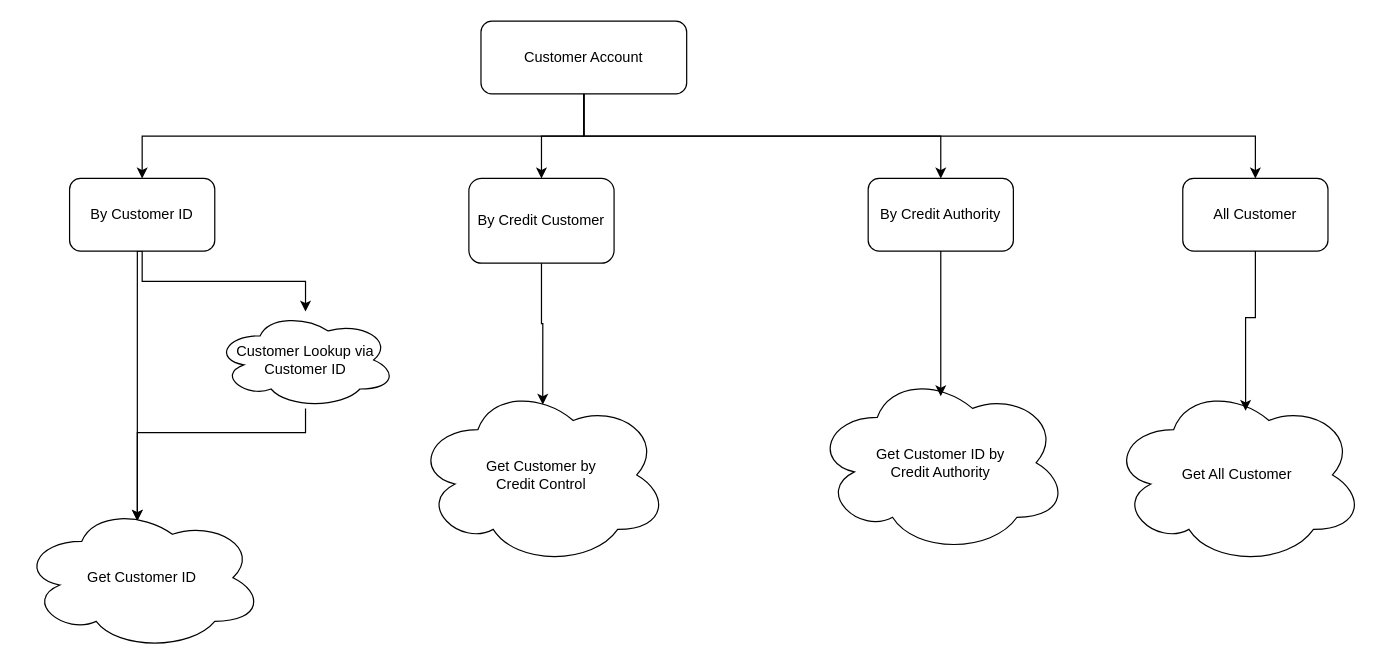
Earlier version of the draw.io diagram Customer Account Maintenance.drawio (eme-invera/Customer_Maintenance). Source tidied: cells renumbered, new cells numbered last; positions are measured from the earlier drawing's top-left corner, leaving out a move shared by most shapes. Both pictures are drawn from the tidied source at 121%, with x=0, y=0 at pixel (21, 21).
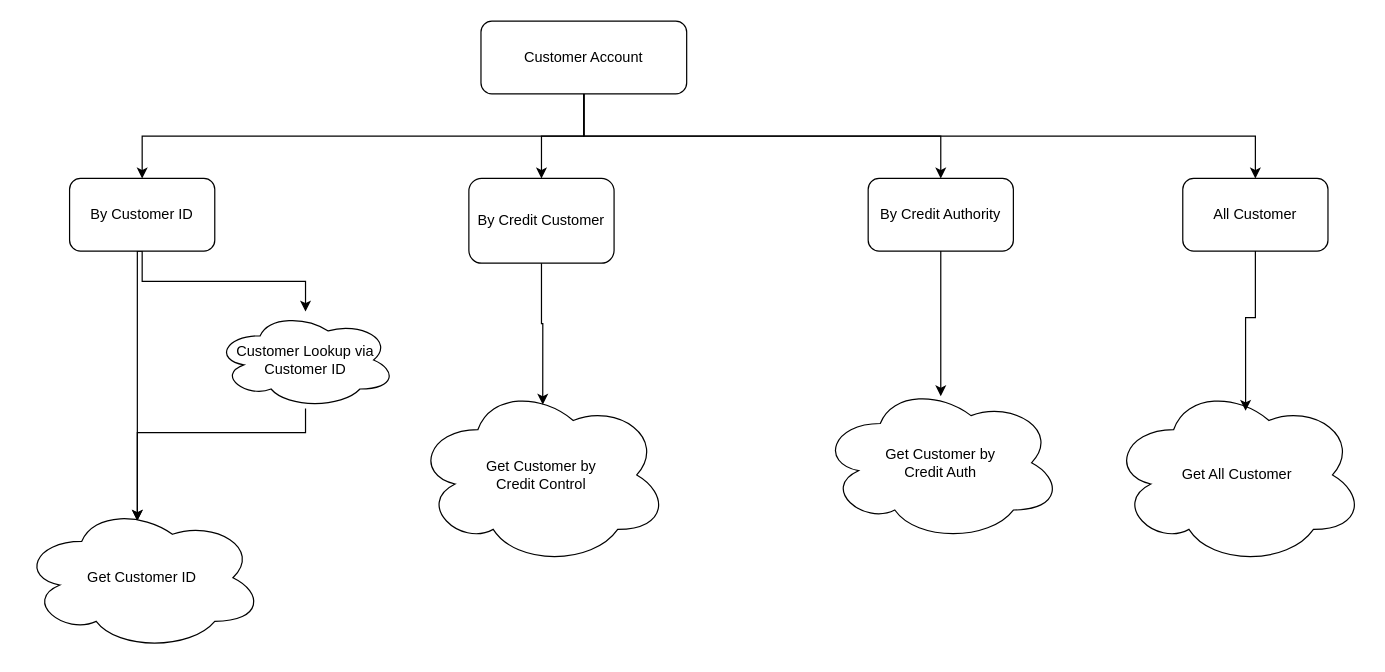
The same diagram, later.

The change refers to these unchanged cells:
```xml
<mxCell id="11" value="By Credit Authority" style="rounded=1;whiteSpace=wrap;html=1;" parent="1" vertex="1">
  <mxGeometry x="700" y="130" width="120" height="60" as="geometry" />
</mxCell>
```

Diff of the diagram source:
```diff
@@
-    <mxCell id="18" value="Get Customer ID by&lt;br&gt;Credit Authority" style="ellipse;shape=cloud;whiteSpace=wrap;html=1;" parent="1" vertex="1">
-      <mxGeometry x="655" y="290" width="210" height="150" as="geometry" />
-    </mxCell>
-    <mxCell id="19" style="edgeStyle=orthogonalEdgeStyle;rounded=0;jettySize=auto;html=1;exitX=0.5;exitY=1;exitDx=0;exitDy=0;entryX=0.5;entryY=0.133;entryDx=0;entryDy=0;entryPerimeter=0;" parent="1" edge="1" source="11" target="18">
-      <mxGeometry relative="1" as="geometry" />
+    <mxCell id="19" style="edgeStyle=orthogonalEdgeStyle;rounded=0;jettySize=auto;html=1;exitX=0.5;exitY=1;exitDx=0;exitDy=0;entryX=0.5;entryY=0.133;entryDx=0;entryDy=0;entryPerimeter=0;" parent="1" edge="1" source="11">
+      <mxGeometry relative="1" as="geometry">
+        <mxPoint x="760" y="310" as="targetPoint" />
+      </mxGeometry>
     </mxCell>
@@
+    <mxCell id="22" value="Get Customer by&lt;br&gt;Credit Auth" style="ellipse;shape=cloud;whiteSpace=wrap;html=1;" parent="1" vertex="1">
+      <mxGeometry x="660" y="300" width="200" height="130" as="geometry" />
+    </mxCell>
```
